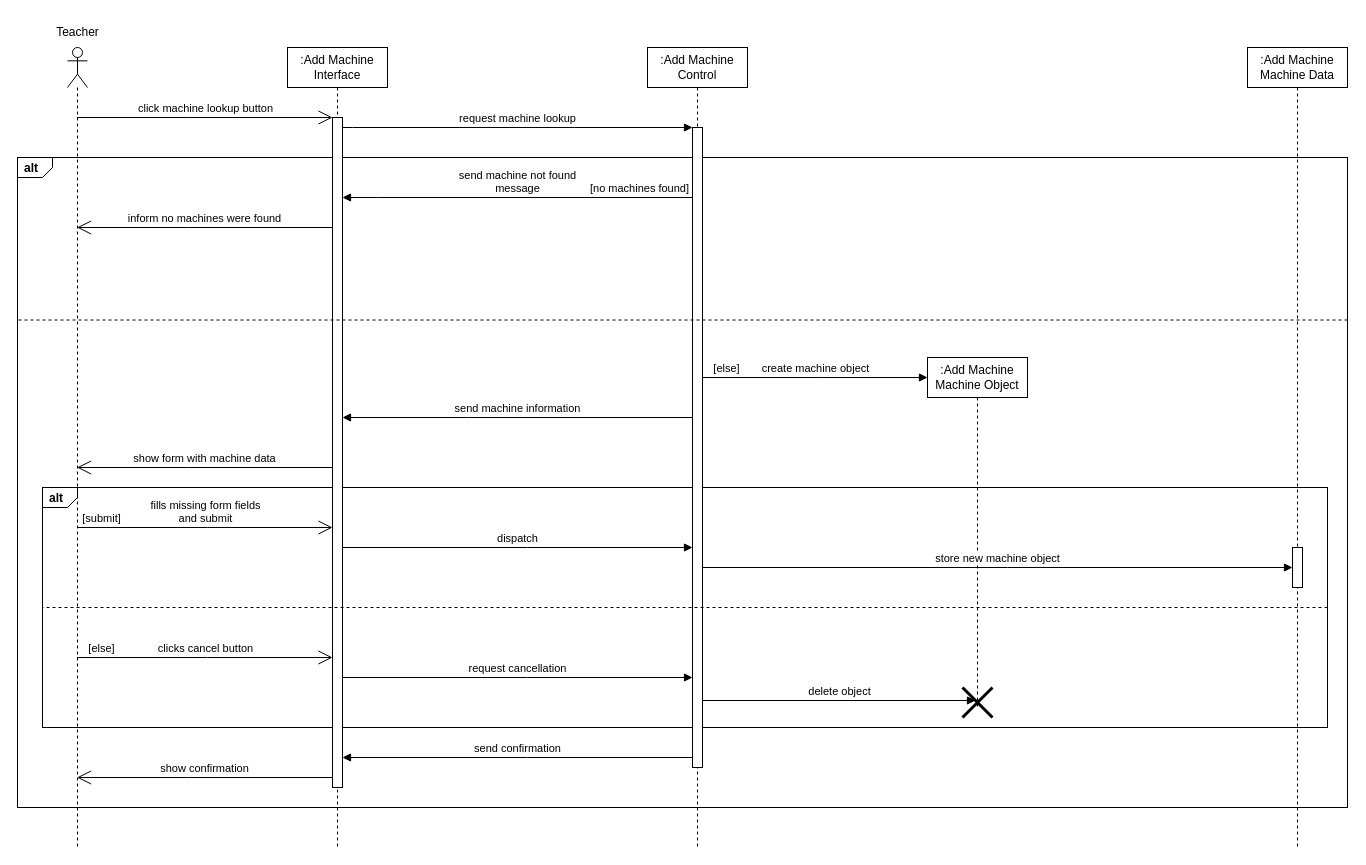
The draw.io diagram other-files/Process Diagrams/Add Machine.drawio in Jorge-L-F/MyGym, before the edit. Source tidied: cells renumbered, new cells numbered last; positions are measured from the earlier drawing's top-left corner, leaving out a move shared by most shapes. Both pictures are drawn from the tidied source at 100%, with x=0, y=0 at pixel (17, 17).
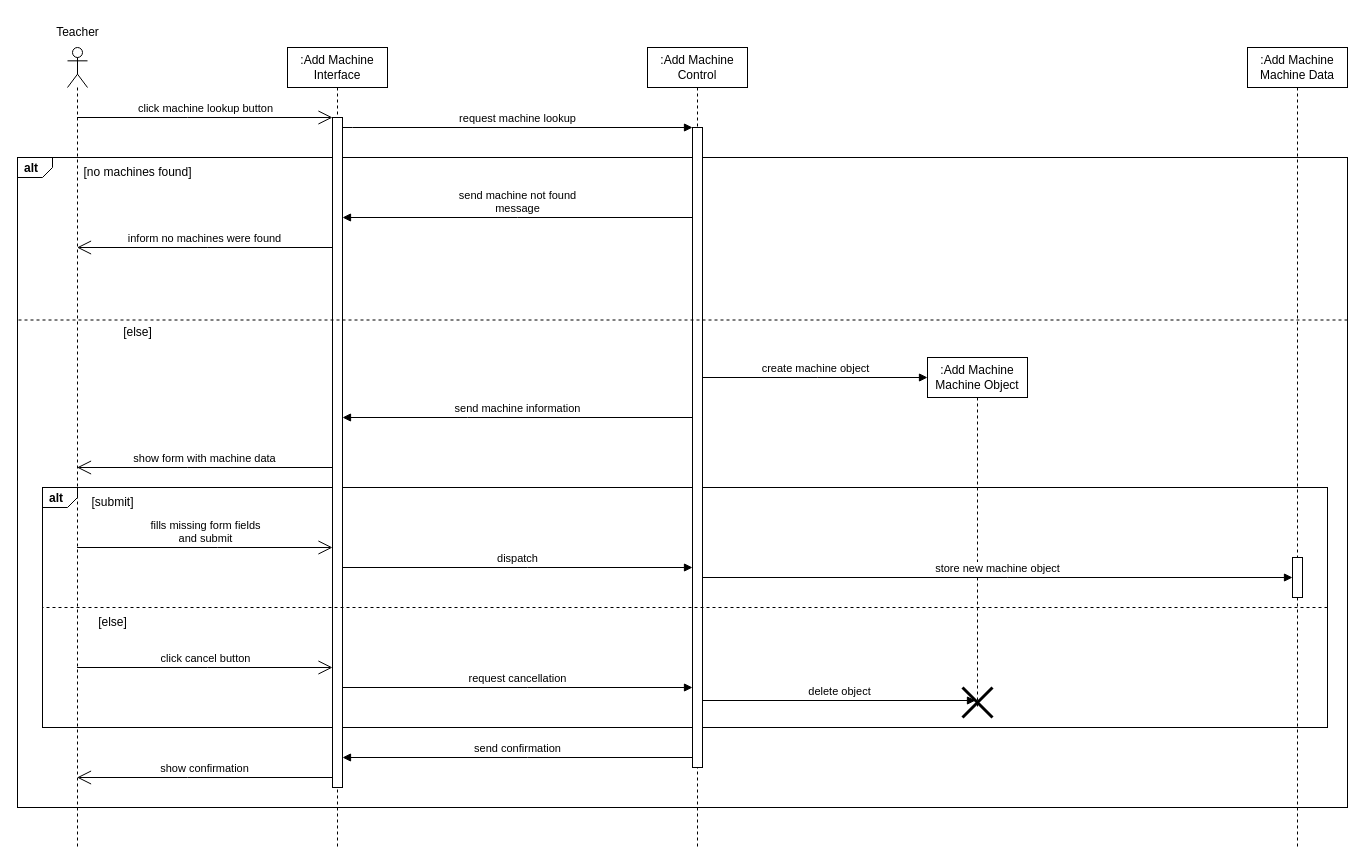
Above is the later version.

Unchanged cells that the change refers to:
```xml
<mxCell id="5" style="html=1;points=[];perimeter=orthogonalPerimeter;outlineConnect=0;targetShapes=umlLifeline;portConstraint=eastwest;newEdgeStyle={&quot;edgeStyle&quot;:&quot;elbowEdgeStyle&quot;,&quot;elbow&quot;:&quot;vertical&quot;,&quot;curved&quot;:0,&quot;rounded&quot;:0};" parent="4" vertex="1">
  <mxGeometry x="45" y="70" width="10" height="670" as="geometry" />
</mxCell>
<mxCell id="7" style="html=1;points=[];perimeter=orthogonalPerimeter;outlineConnect=0;targetShapes=umlLifeline;portConstraint=eastwest;newEdgeStyle={&quot;edgeStyle&quot;:&quot;elbowEdgeStyle&quot;,&quot;elbow&quot;:&quot;vertical&quot;,&quot;curved&quot;:0,&quot;rounded&quot;:0};" parent="6" vertex="1">
  <mxGeometry x="45" y="80" width="10" height="640" as="geometry" />
</mxCell>
<mxCell id="9" style="shape=umlLifeline;perimeter=lifelinePerimeter;whiteSpace=wrap;html=1;outlineConnect=0;portConstraint=eastwest;newEdgeStyle={&quot;edgeStyle&quot;:&quot;elbowEdgeStyle&quot;,&quot;elbow&quot;:&quot;vertical&quot;,&quot;curved&quot;:0,&quot;rounded&quot;:0};participant=umlActor;" parent="1" vertex="1">
  <mxGeometry x="50" y="30" width="20" height="800" as="geometry" />
</mxCell>
<mxCell id="10" value="&lt;div&gt;:Add Machine&lt;/div&gt;&lt;div&gt;Machine Data&lt;br&gt;&lt;/div&gt;" style="shape=umlLifeline;perimeter=lifelinePerimeter;whiteSpace=wrap;html=1;newEdgeStyle={&quot;edgeStyle&quot;:&quot;elbowEdgeStyle&quot;,&quot;elbow&quot;:&quot;vertical&quot;,&quot;curved&quot;:0,&quot;rounded&quot;:0};" parent="1" vertex="1">
  <mxGeometry x="1230" y="30" width="100" height="800" as="geometry" />
</mxCell>
<mxCell id="21" value="create machine object" style="html=1;verticalAlign=bottom;endArrow=block;edgeStyle=elbowEdgeStyle;elbow=vertical;curved=0;rounded=0;" parent="1" edge="1" source="7">
  <mxGeometry relative="1" as="geometry">
    <mxPoint x="910" y="360" as="targetPoint" />
    <Array as="points">
      <mxPoint x="800" y="360" />
    </Array>
  </mxGeometry>
</mxCell>
```

What changed in the source:
```diff
@@
     <mxCell id="11" style="html=1;points=[];perimeter=orthogonalPerimeter;outlineConnect=0;targetShapes=umlLifeline;portConstraint=eastwest;newEdgeStyle={&quot;edgeStyle&quot;:&quot;elbowEdgeStyle&quot;,&quot;elbow&quot;:&quot;vertical&quot;,&quot;curved&quot;:0,&quot;rounded&quot;:0};" parent="10" vertex="1">
-      <mxGeometry x="45" y="500" width="10" height="40" as="geometry" />
+      <mxGeometry x="45" y="510" width="10" height="40" as="geometry" />
     </mxCell>
@@
     <mxCell id="16" value="&lt;div&gt;send machine not found&lt;/div&gt;&lt;div&gt;message&lt;br&gt;&lt;/div&gt;" style="html=1;verticalAlign=bottom;endArrow=block;edgeStyle=elbowEdgeStyle;elbow=vertical;curved=0;rounded=0;" parent="1" edge="1" source="7" target="5">
       <mxGeometry relative="1" as="geometry">
         <Array as="points">
-          <mxPoint x="360" y="180" />
+          <mxPoint x="500" y="200" />
         </Array>
       </mxGeometry>
     </mxCell>
-    <mxCell id="17" value="[no machines found]" style="edgeLabel;html=1;align=center;verticalAlign=middle;" parent="16" vertex="1">
-      <mxGeometry x="-0.86" y="-4" relative="1" as="geometry">
-        <mxPoint x="-29" y="-6" as="offset" />
-      </mxGeometry>
-    </mxCell>
     <mxCell id="18" value="inform no machines were found" style="html=1;verticalAlign=bottom;endArrow=open;endSize=12;edgeStyle=elbowEdgeStyle;elbow=vertical;curved=0;rounded=0;" parent="1" edge="1" source="5" target="9">
       <mxGeometry relative="1" as="geometry">
         <Array as="points">
-          <mxPoint x="170" y="210" />
+          <mxPoint x="190" y="230" />
         </Array>
       </mxGeometry>
     </mxCell>
@@
-    <mxCell id="22" value="[else]" style="edgeLabel;html=1;align=center;verticalAlign=middle;" parent="21" vertex="1">
-      <mxGeometry x="-0.88" y="1" relative="1" as="geometry">
-        <mxPoint x="9" y="-9" as="offset" />
-      </mxGeometry>
-    </mxCell>
@@
     <mxCell id="25" value="&lt;div&gt;fills missing form fields&lt;/div&gt;&lt;div&gt;and submit&lt;br&gt;&lt;/div&gt;" style="html=1;verticalAlign=bottom;endArrow=open;endSize=12;edgeStyle=elbowEdgeStyle;elbow=vertical;curved=0;rounded=0;" parent="1" edge="1" source="9" target="5">
       <mxGeometry relative="1" as="geometry">
         <Array as="points">
-          <mxPoint x="190" y="510" />
+          <mxPoint x="200" y="530" />
         </Array>
       </mxGeometry>
     </mxCell>
-    <mxCell id="26" value="[submit]" style="edgeLabel;html=1;align=center;verticalAlign=middle;" parent="25" vertex="1">
-      <mxGeometry x="-0.81" y="2" relative="1" as="geometry">
-        <mxPoint y="-8" as="offset" />
-      </mxGeometry>
-    </mxCell>
     <mxCell id="27" value="dispatch" style="html=1;verticalAlign=bottom;endArrow=block;edgeStyle=elbowEdgeStyle;elbow=vertical;curved=0;rounded=0;" parent="1" edge="1" source="5" target="7">
       <mxGeometry relative="1" as="geometry">
         <Array as="points">
-          <mxPoint x="510" y="530" />
+          <mxPoint x="510" y="550" />
         </Array>
       </mxGeometry>
     </mxCell>
@@
-    <mxCell id="29" value="clicks cancel button" style="html=1;verticalAlign=bottom;endArrow=open;endSize=12;edgeStyle=elbowEdgeStyle;elbow=vertical;curved=0;rounded=0;" parent="1" edge="1" source="9" target="5">
+    <mxCell id="29" value="click cancel button" style="html=1;verticalAlign=bottom;endArrow=open;endSize=12;edgeStyle=elbowEdgeStyle;elbow=vertical;curved=0;rounded=0;" parent="1" edge="1" source="9" target="5">
       <mxGeometry relative="1" as="geometry">
         <Array as="points">
-          <mxPoint x="190" y="640" />
+          <mxPoint x="190" y="650" />
         </Array>
       </mxGeometry>
     </mxCell>
-    <mxCell id="30" value="[else]" style="edgeLabel;html=1;align=center;verticalAlign=middle;" parent="29" vertex="1">
-      <mxGeometry x="-0.81" y="2" relative="1" as="geometry">
-        <mxPoint y="-8" as="offset" />
-      </mxGeometry>
-    </mxCell>
     <mxCell id="31" value="request cancellation" style="html=1;verticalAlign=bottom;endArrow=block;edgeStyle=elbowEdgeStyle;elbow=vertical;curved=0;rounded=0;" parent="1" edge="1" source="5" target="7">
       <mxGeometry relative="1" as="geometry">
         <Array as="points">
-          <mxPoint x="510" y="660" />
+          <mxPoint x="510" y="670" />
         </Array>
       </mxGeometry>
     </mxCell>
     <mxCell id="32" value="store new machine object" style="html=1;verticalAlign=bottom;endArrow=block;edgeStyle=elbowEdgeStyle;elbow=vertical;curved=0;rounded=0;" parent="1" edge="1" source="7" target="11">
       <mxGeometry relative="1" as="geometry">
         <Array as="points">
-          <mxPoint x="990" y="550" />
+          <mxPoint x="990" y="560" />
         </Array>
       </mxGeometry>
     </mxCell>
@@
+    <mxCell id="17" value="[no machines found]" style="text;html=1;align=center;verticalAlign=middle;strokeColor=none;fillColor=none;" parent="1" vertex="1">
+      <mxGeometry x="55" y="140" width="130" height="30" as="geometry" />
+    </mxCell>
+    <mxCell id="35" value="[else]" style="text;html=1;align=center;verticalAlign=middle;strokeColor=none;fillColor=none;" parent="1" vertex="1">
+      <mxGeometry x="95" y="300" width="50" height="30" as="geometry" />
+    </mxCell>
+    <mxCell id="26" value="[submit]" style="text;html=1;align=center;verticalAlign=middle;strokeColor=none;fillColor=none;" parent="1" vertex="1">
+      <mxGeometry x="60" y="470" width="70" height="30" as="geometry" />
+    </mxCell>
+    <mxCell id="36" value="[else]" style="text;html=1;align=center;verticalAlign=middle;strokeColor=none;fillColor=none;" parent="1" vertex="1">
+      <mxGeometry x="70" y="590" width="50" height="30" as="geometry" />
+    </mxCell>
```
